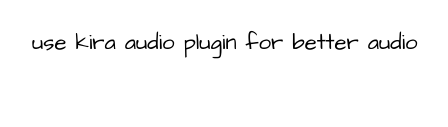
Before: plans.drawio in HasChad/bevy-shooting-range, a draw.io diagram. Source tidied: cells renumbered, new cells numbered last; positions are measured from the earlier drawing's top-left corner, leaving out a move shared by most shapes. Both pictures are drawn from the tidied source at 111%, with x=0, y=0 at pixel (19, 19).
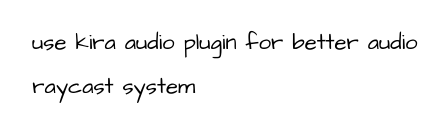
The same page after the edit.

The edit, as a diff of the source:
```diff
@@
 <mxGraphModel>
   <root>
     <mxCell id="0" />
     <mxCell id="1" parent="0" />
     <mxCell id="2" value="use kira audio plugin for better audio" style="text;html=1;align=center;verticalAlign=middle;strokeColor=none;fillColor=none;fontSize=20;fontFamily=Architects Daughter;sketch=1;hachureGap=4;jiggle=2;curveFitting=1;" parent="1" vertex="1">
       <mxGeometry width="370" height="40" as="geometry" />
     </mxCell>
+    <mxCell id="3" value="raycast system" style="text;html=1;align=center;verticalAlign=middle;strokeColor=none;fillColor=none;fontSize=20;fontFamily=Architects Daughter;sketch=1;hachureGap=4;jiggle=2;curveFitting=1;" parent="1" vertex="1">
+      <mxGeometry y="40" width="170" height="40" as="geometry" />
+    </mxCell>
   </root>
 </mxGraphModel>
```
